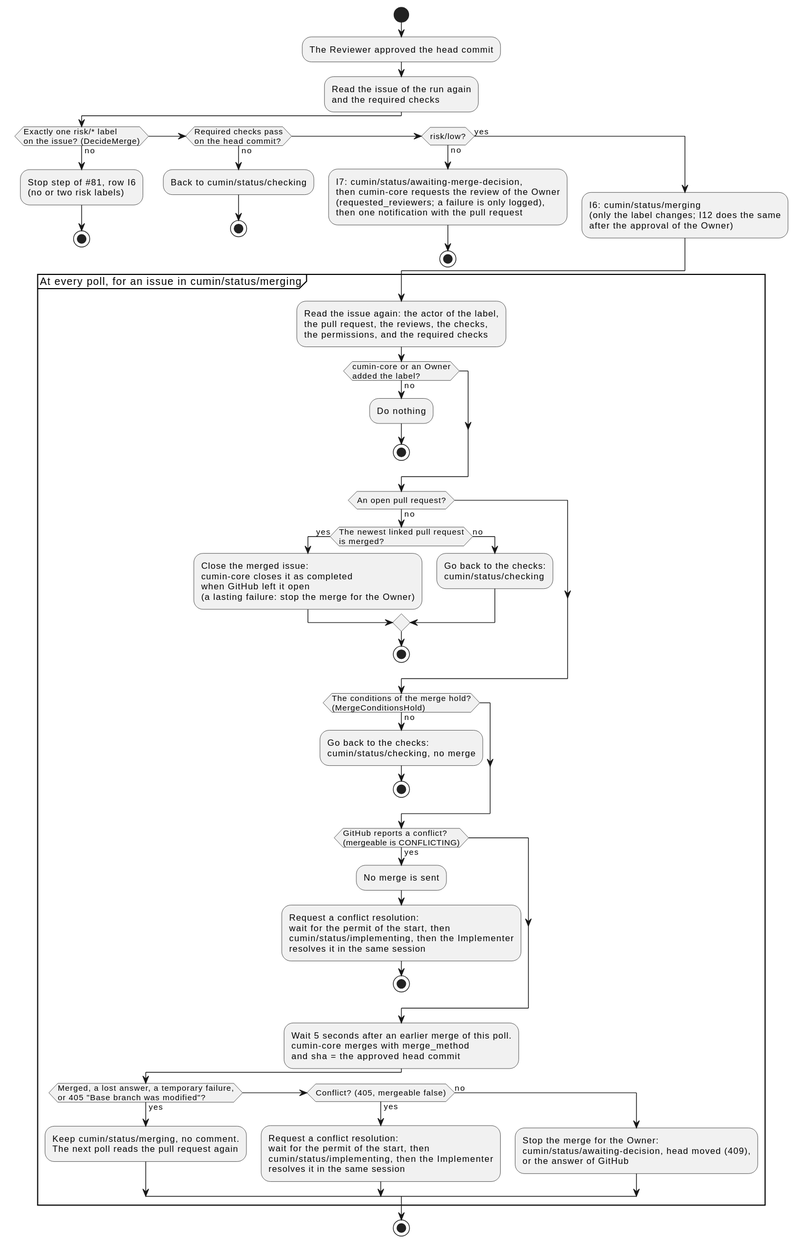
Before: docs/ja/designs/poll-merge.svg, a diagram exported from PlantUML (cloveclovedev/cumin-works). The source it was exported from:
```plantuml
@startuml
skinparam shadowing false
skinparam defaultFontName sans-serif

start
:The Reviewer approved the head commit;
:Read the issue of the run again
and the required checks;
if (Exactly one risk/* label
on the issue? (DecideMerge)) then (no)
  :Stop step of #81, row I6
  (no or two risk labels);
  stop
elseif (Required checks pass
on the head commit?) then (no)
  :Back to cumin/status/checking;
  stop
elseif (risk/low?) then (no)
  :I7: cumin/status/awaiting-merge-decision,
  then cumin-core requests the review of the Owner
  (requested_reviewers; a failure is only logged),
  then one notification with the pull request;
  stop
else (yes)
  :I6: cumin/status/merging
  (only the label changes; I12 does the same
  after the approval of the Owner);
endif
partition "At every poll, for an issue in cumin/status/merging" {
  :Read the issue again: the actor of the label,
  the pull request, the reviews, the checks,
  the permissions, and the required checks;
  if (cumin-core or an Owner
added the label?) then (no)
    :Do nothing;
    stop
  endif
  if (An open pull request?) then (no)
    if (The newest linked pull request
is merged?) then (yes)
      :Close the merged issue:
      cumin-core closes it as completed
      when GitHub left it open
      (a lasting failure: stop the merge for the Owner);
    else (no)
      :Go back to the checks:
      cumin/status/checking;
    endif
    stop
  endif
  if (The conditions of the merge hold?
(MergeConditionsHold)) then (no)
    :Go back to the checks:
    cumin/status/checking, no merge;
    stop
  endif
  if (GitHub reports a conflict?
(mergeable is CONFLICTING)) then (yes)
    :No merge is sent;
    :Request a conflict resolution:
    wait for the permit of the start, then
    cumin/status/implementing, then the Implementer
    resolves it in the same session;
    stop
  endif
  :Wait 5 seconds after an earlier merge of this poll.
  cumin-core merges with merge_method
  and sha = the approved head commit;
  if (Merged, a lost answer, a temporary failure,
or 405 "Base branch was modified"?) then (yes)
    :Keep cumin/status/merging, no comment.
    The next poll reads the pull request again;
  elseif (Conflict? (405, mergeable false)) then (yes)
    :Request a conflict resolution:
    wait for the permit of the start, then
    cumin/status/implementing, then the Implementer
    resolves it in the same session;
  else (no)
    :Stop the merge for the Owner:
    cumin/status/awaiting-decision, head moved (409),
    or the answer of GitHub;
  endif
}
stop
@enduml
```
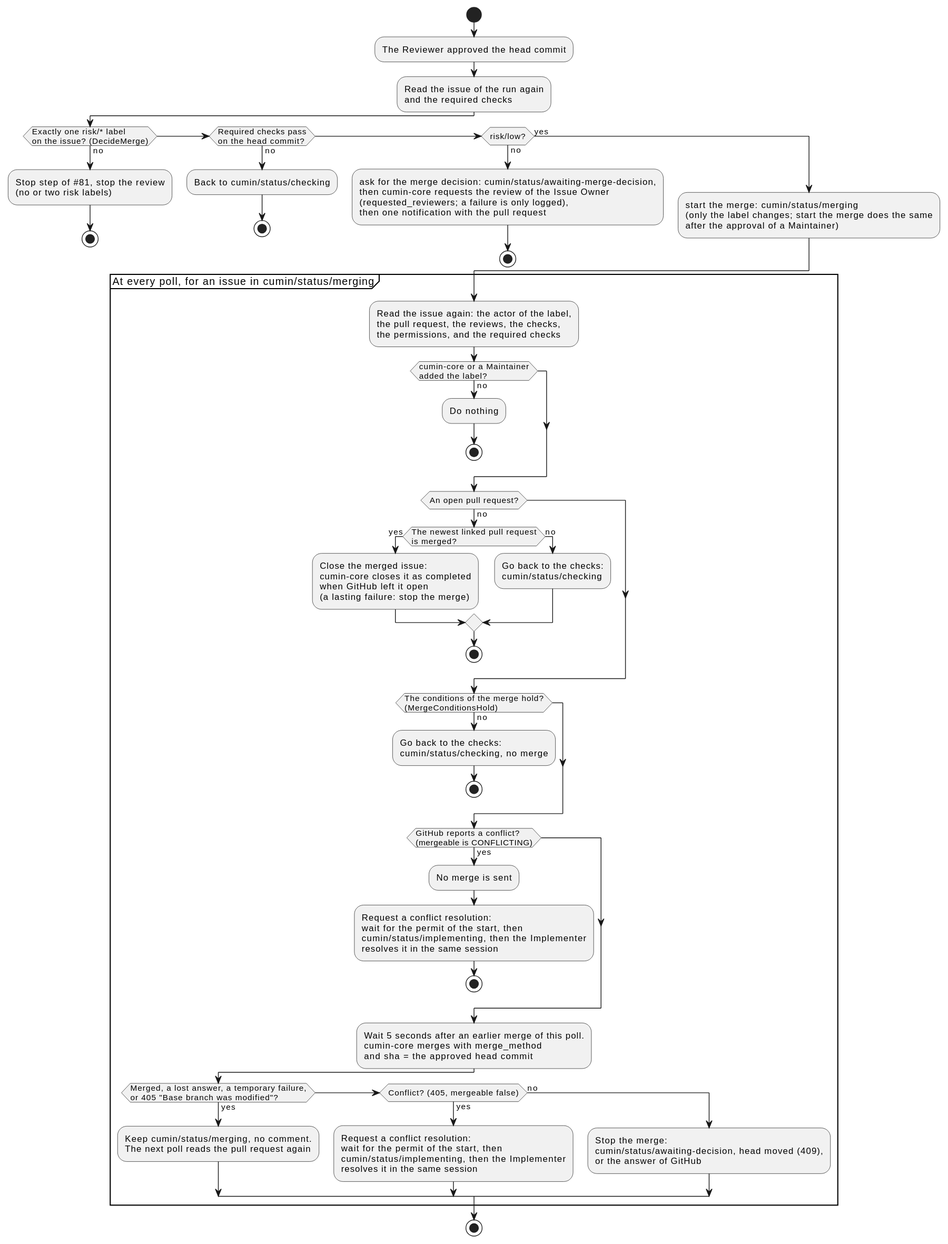
After the change.

What changed in the source:
```diff
@@ -8,7 +8,7 @@
 and the required checks;
 if (Exactly one risk/* label
 on the issue? (DecideMerge)) then (no)
-  :Stop step of #81, row I6
+  :Stop step of #81, stop the review
   (no or two risk labels);
   stop
 elseif (Required checks pass
@@ -16,21 +16,21 @@
   :Back to cumin/status/checking;
   stop
 elseif (risk/low?) then (no)
-  :I7: cumin/status/awaiting-merge-decision,
-  then cumin-core requests the review of the Owner
+  :ask for the merge decision: cumin/status/awaiting-merge-decision,
+  then cumin-core requests the review of the Issue Owner
   (requested_reviewers; a failure is only logged),
   then one notification with the pull request;
   stop
 else (yes)
-  :I6: cumin/status/merging
-  (only the label changes; I12 does the same
-  after the approval of the Owner);
+  :start the merge: cumin/status/merging
+  (only the label changes; start the merge does the same
+  after the approval of a Maintainer);
 endif
 partition "At every poll, for an issue in cumin/status/merging" {
   :Read the issue again: the actor of the label,
   the pull request, the reviews, the checks,
   the permissions, and the required checks;
-  if (cumin-core or an Owner
+  if (cumin-core or a Maintainer
 added the label?) then (no)
     :Do nothing;
     stop
@@ -41,7 +41,7 @@
       :Close the merged issue:
       cumin-core closes it as completed
       when GitHub left it open
-      (a lasting failure: stop the merge for the Owner);
+      (a lasting failure: stop the merge);
     else (no)
       :Go back to the checks:
       cumin/status/checking;
@@ -76,7 +76,7 @@
     cumin/status/implementing, then the Implementer
     resolves it in the same session;
   else (no)
-    :Stop the merge for the Owner:
+    :Stop the merge:
     cumin/status/awaiting-decision, head moved (409),
     or the answer of GitHub;
   endif
```
